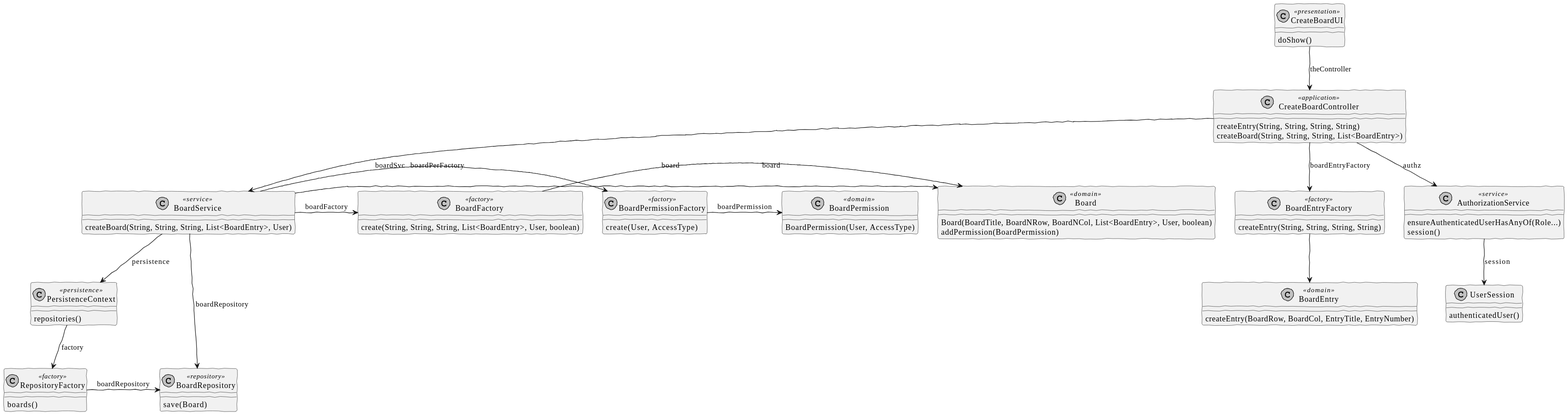
Above: docs/SPRINT B/US_3002/CD/CreateBoard-CD.svg in brunacosta03/sem4pi_22_23 (PlantUML), before the change.
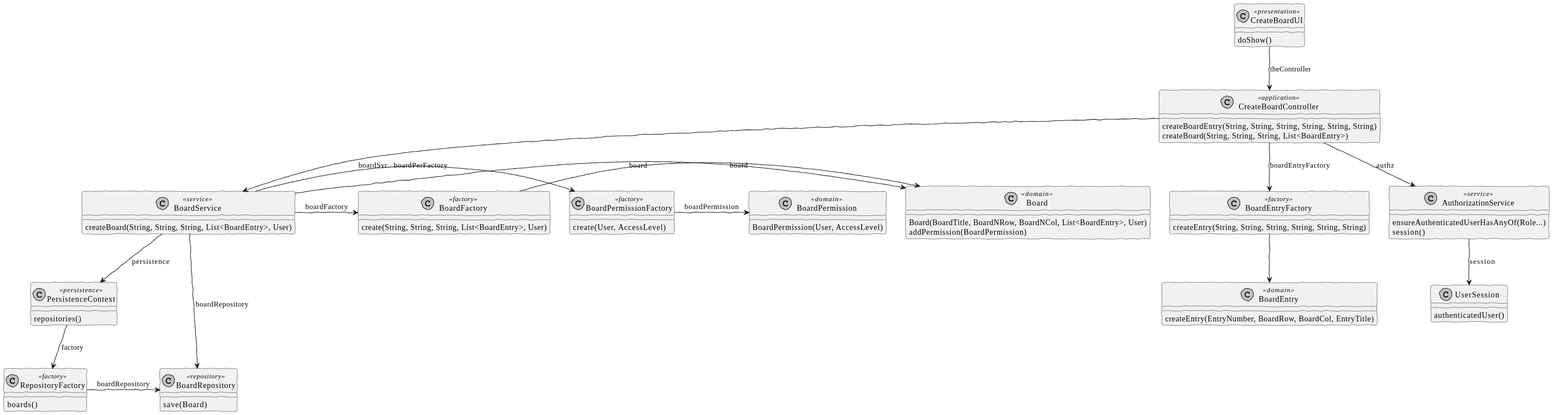
Later version of the same file.

What changed in the source:
```diff
@@ -41,9 +41,9 @@
 
 
 CreateBoardUI : doShow()
-CreateBoardController : createEntry(String, String, String, String)
-BoardEntryFactory : createEntry(String, String, String, String)
-BoardEntry : createEntry(BoardRow, BoardCol, EntryTitle, EntryNumber)
+CreateBoardController : createBoardEntry(String, String, String, String, String, String)
+BoardEntryFactory : createEntry(String, String, String, String, String, String)
+BoardEntry : createEntry(EntryNumber, BoardRow, BoardCol, EntryTitle)
 CreateBoardController : createBoard(String, String, String, List<BoardEntry>)
 AuthorizationService : ensureAuthenticatedUserHasAnyOf(Role...)
 AuthorizationService : session()
@@ -51,10 +51,10 @@
 BoardService : createBoard(String, String, String, List<BoardEntry>, User)
 PersistenceContext : repositories()
 RepositoryFactory : boards()
-BoardFactory : create(String, String, String, List<BoardEntry>, User, boolean)
-Board : Board(BoardTitle, BoardNRow, BoardNCol, List<BoardEntry>, User, boolean)
-BoardPermissionFactory : create(User, AccessType)
-BoardPermission : BoardPermission(User, AccessType)
+BoardFactory : create(String, String, String, List<BoardEntry>, User)
+Board : Board(BoardTitle, BoardNRow, BoardNCol, List<BoardEntry>, User)
+BoardPermissionFactory : create(User, AccessLevel)
+BoardPermission : BoardPermission(User, AccessLevel)
 Board : addPermission(BoardPermission)
 BoardRepository : save(Board)
 
```
